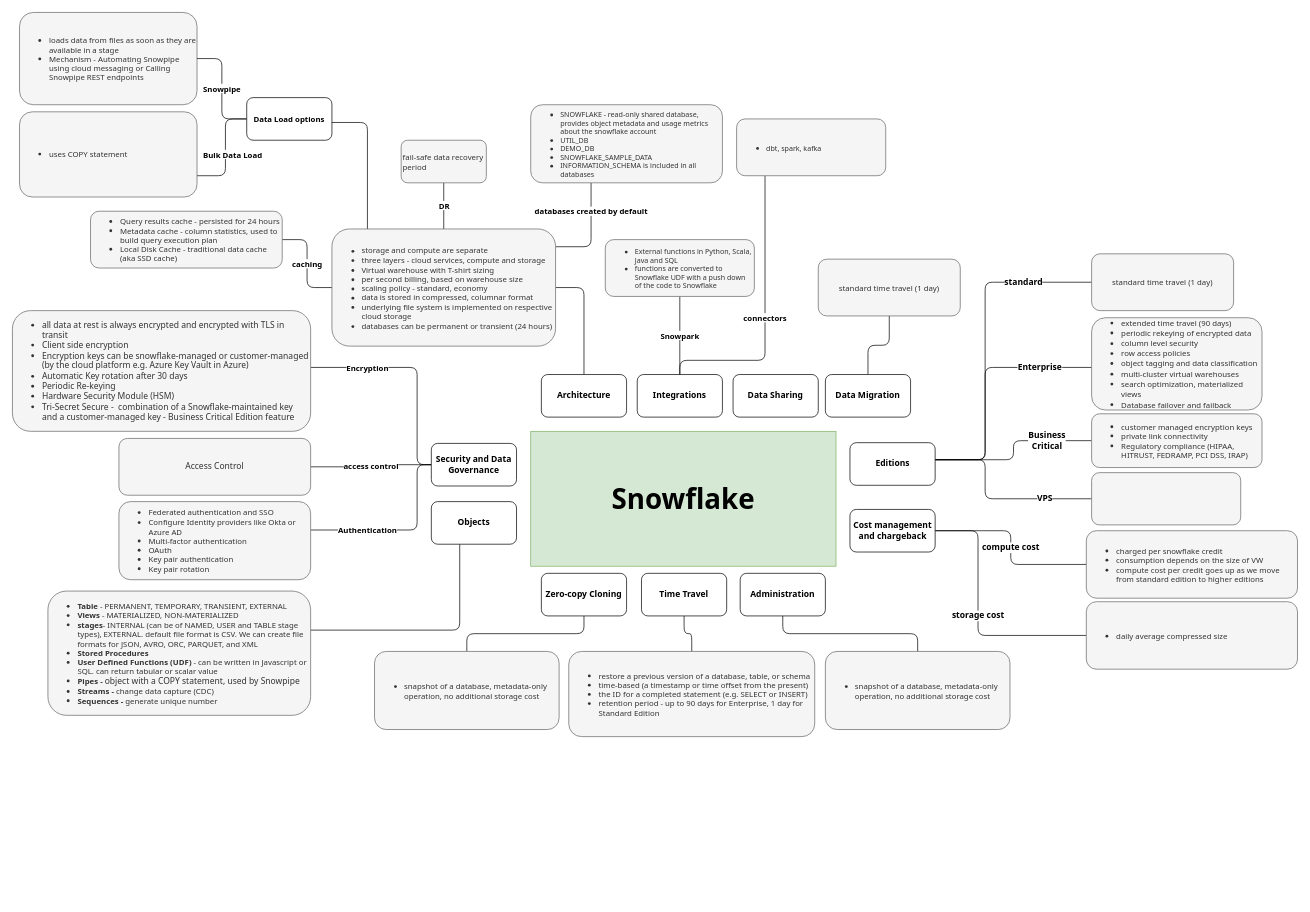
Before: page "Overview" (1 of 10) of Snowflake Mind Maps.drawio in kanchantewary/MindMaps, a draw.io diagram. Source tidied: cells renumbered, new cells numbered last; positions are measured from the earlier drawing's top-left corner, leaving out a move shared by most shapes. Both pictures are drawn from the tidied source at 71%, with x=0, y=0 at pixel (12, 12).
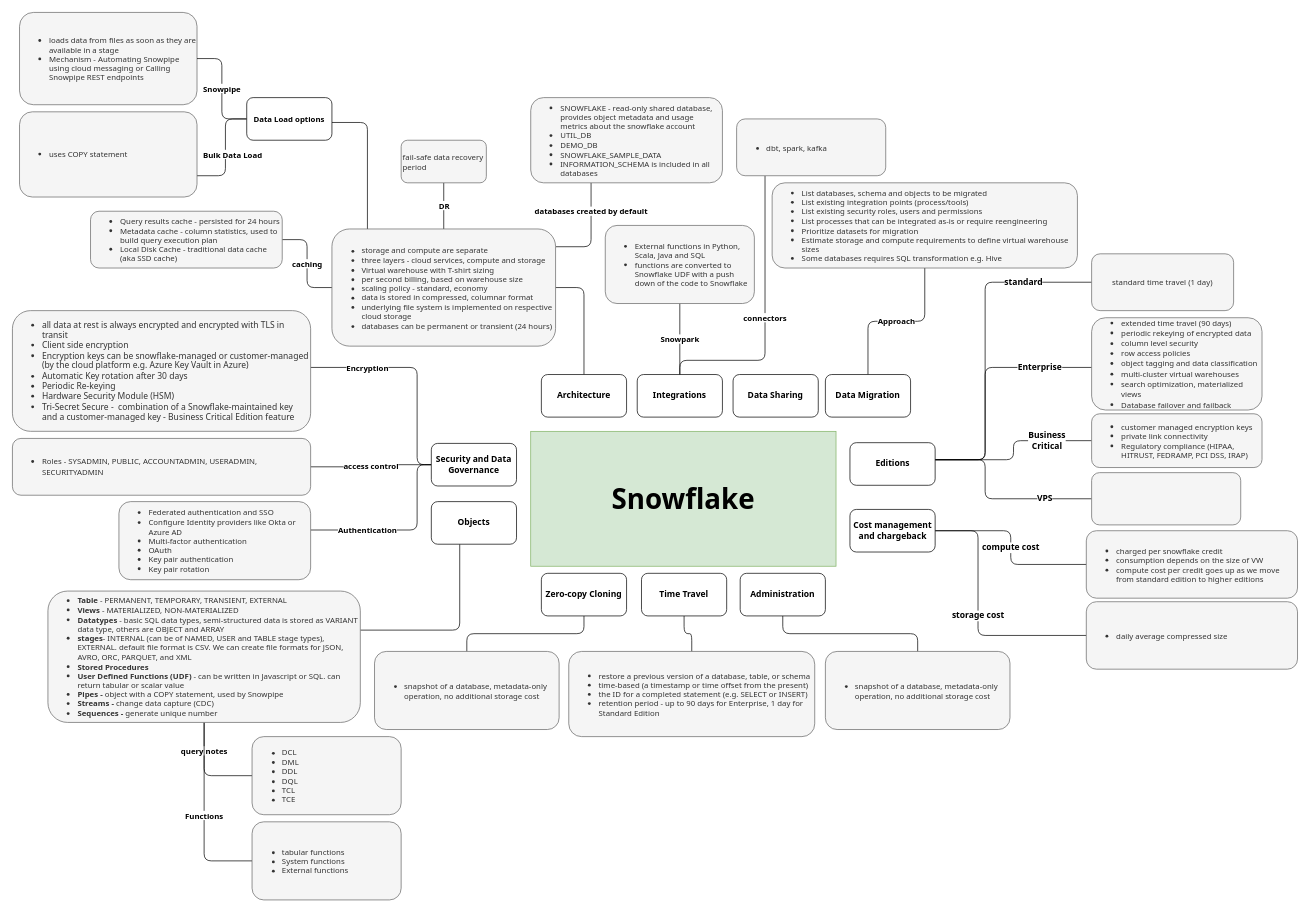
The same page after the edit.

Unchanged cells that the change refers to:
```xml
<mxCell id="58" value="Data Migration" style="rounded=1;whiteSpace=wrap;html=1;fontFamily=Tahoma;fontStyle=1;" parent="1" vertex="1">
  <mxGeometry x="1145" y="510" width="120" height="60" as="geometry" />
</mxCell>
```

What changed in the source:
```diff
@@
-    <mxCell id="20" value="&lt;ul&gt;&lt;li&gt;External functions in Python, Scala, Java and SQL&lt;/li&gt;&lt;li&gt;functions are converted to Snowflake UDF with a push down of the code to Snowflake&lt;br&gt;&lt;/li&gt;&lt;/ul&gt;" style="rounded=1;whiteSpace=wrap;html=1;fontFamily=Tahoma;fillColor=#f5f5f5;fontColor=#333333;strokeColor=#666666;fontSize=10;align=left;" parent="1" vertex="1">
-      <mxGeometry x="835" y="320" width="210" height="80" as="geometry" />
+    <mxCell id="20" value="&lt;ul style=&quot;font-size: 11px&quot;&gt;&lt;li&gt;External functions in Python, Scala, Java and SQL&lt;/li&gt;&lt;li&gt;functions are converted to Snowflake UDF with a push down of the code to Snowflake&lt;br&gt;&lt;/li&gt;&lt;/ul&gt;" style="rounded=1;whiteSpace=wrap;html=1;fontFamily=Tahoma;fillColor=#f5f5f5;fontColor=#333333;strokeColor=#666666;fontSize=10;align=left;" parent="1" vertex="1">
+      <mxGeometry x="835" y="300" width="210" height="110" as="geometry" />
     </mxCell>
@@
-    <mxCell id="26" value="&lt;ul&gt;&lt;li&gt;dbt, spark, kafka&lt;/li&gt;&lt;/ul&gt;" style="rounded=1;whiteSpace=wrap;html=1;fontFamily=Tahoma;fillColor=#f5f5f5;fontColor=#333333;strokeColor=#666666;fontSize=10;align=left;" parent="1" vertex="1">
+    <mxCell id="26" value="&lt;ul&gt;&lt;li&gt;&lt;font style=&quot;font-size: 11px&quot;&gt;dbt, spark, kafka&lt;/font&gt;&lt;/li&gt;&lt;/ul&gt;" style="rounded=1;whiteSpace=wrap;html=1;fontFamily=Tahoma;fillColor=#f5f5f5;fontColor=#333333;strokeColor=#666666;fontSize=10;align=left;" parent="1" vertex="1">
       <mxGeometry x="1020" y="150" width="210" height="80" as="geometry" />
     </mxCell>
@@
-    <mxCell id="41" value="Access Control" style="rounded=1;whiteSpace=wrap;html=1;fontFamily=Tahoma;fillColor=#f5f5f5;fontColor=#333333;strokeColor=#666666;" parent="1" vertex="1">
-      <mxGeometry x="150" y="600" width="270" height="80" as="geometry" />
+    <mxCell id="41" value="&lt;ul&gt;&lt;li&gt;&lt;font style=&quot;font-size: 11px&quot;&gt;Roles - SYSADMIN, PUBLIC, ACCOUNTADMIN, USERADMIN, SECURITYADMIN&lt;/font&gt;&lt;/li&gt;&lt;/ul&gt;" style="rounded=1;whiteSpace=wrap;html=1;fontFamily=Tahoma;fillColor=#f5f5f5;fontColor=#333333;strokeColor=#666666;align=left;" parent="1" vertex="1">
+      <mxGeometry y="600" width="420" height="80" as="geometry" />
     </mxCell>
@@
-    <mxCell id="48" value="&lt;div&gt;&lt;ul&gt;&lt;li&gt;SNOWFLAKE - read-only shared database, provides object metadata and usage metrics about the snowflake account&lt;/li&gt;&lt;li&gt;UTIL_DB&lt;/li&gt;&lt;li&gt;DEMO_DB&lt;/li&gt;&lt;li&gt;SNOWFLAKE_SAMPLE_DATA&lt;/li&gt;&lt;li&gt;INFORMATION_SCHEMA is included in all databases&lt;br&gt;&lt;/li&gt;&lt;/ul&gt;&lt;/div&gt;" style="whiteSpace=wrap;html=1;fontSize=10;fontFamily=Tahoma;align=left;fillColor=#f5f5f5;strokeColor=#666666;fontColor=#333333;gradientColor=none;rounded=1;" parent="1" vertex="1">
-      <mxGeometry x="730" y="130" width="270" height="110" as="geometry" />
+    <mxCell id="48" value="&lt;div style=&quot;font-size: 11px&quot;&gt;&lt;ul&gt;&lt;li&gt;SNOWFLAKE - read-only shared database, provides object metadata and usage metrics about the snowflake account&lt;/li&gt;&lt;li&gt;UTIL_DB&lt;/li&gt;&lt;li&gt;DEMO_DB&lt;/li&gt;&lt;li&gt;SNOWFLAKE_SAMPLE_DATA&lt;/li&gt;&lt;li&gt;INFORMATION_SCHEMA is included in all databases&lt;br&gt;&lt;/li&gt;&lt;/ul&gt;&lt;/div&gt;" style="whiteSpace=wrap;html=1;fontSize=10;fontFamily=Tahoma;align=left;fillColor=#f5f5f5;strokeColor=#666666;fontColor=#333333;gradientColor=none;rounded=1;" parent="1" vertex="1">
+      <mxGeometry x="730" y="120" width="270" height="120" as="geometry" />
     </mxCell>
@@
+    <mxCell id="60" value="query notes" style="edgeStyle=orthogonalEdgeStyle;rounded=1;jettySize=auto;html=1;entryX=0;entryY=0.5;entryDx=0;entryDy=0;fontFamily=Tahoma;fontSize=11;endArrow=none;endFill=0;fontStyle=1;" parent="1" edge="1" source="56" target="62">
+      <mxGeometry x="-0.44" relative="1" as="geometry" />
+    </mxCell>
+    <mxCell id="61" value="Functions" style="edgeStyle=orthogonalEdgeStyle;rounded=1;jettySize=auto;html=1;entryX=0;entryY=0.5;entryDx=0;entryDy=0;fontFamily=Tahoma;fontSize=11;endArrow=none;endFill=0;fontStyle=1;" parent="1" edge="1" source="56" target="63">
+      <mxGeometry relative="1" as="geometry" />
+    </mxCell>
-    <mxCell id="56" value="&lt;p style=&quot;font-size: 11px&quot;&gt;&lt;/p&gt;&lt;ul&gt;&lt;li style=&quot;font-size: 11px&quot;&gt;&lt;b&gt;Table&lt;/b&gt; - PERMANENT, TEMPORARY, TRANSIENT, EXTERNAL&lt;/li&gt;&lt;li style=&quot;font-size: 11px&quot;&gt;&lt;b&gt;Views&lt;/b&gt; - MATERIALIZED, NON-MATERIALIZED&lt;/li&gt;&lt;li style=&quot;font-size: 11px&quot;&gt;&lt;b&gt;stages&lt;/b&gt;- INTERNAL (can be of NAMED, USER and TABLE stage types), EXTERNAL.&amp;nbsp;default file format is CSV. We can create file formats for JSON, AVRO, ORC, PARQUET, and XML&lt;/li&gt;&lt;li style=&quot;font-size: 11px&quot;&gt;&lt;span&gt;&lt;b&gt;Stored Procedures&lt;/b&gt;&lt;/span&gt;&lt;/li&gt;&lt;li style=&quot;font-size: 11px&quot;&gt;&lt;b&gt;User Defined Functions (UDF)&lt;/b&gt; - can be written in Javascript or SQL. can return tabular or scalar value&lt;/li&gt;&lt;li&gt;&lt;span style=&quot;font-size: 11px&quot;&gt;&lt;b&gt;Pipes -&amp;nbsp;&lt;/b&gt;&lt;/span&gt;object with a COPY statement, used by Snowpipe&lt;/li&gt;&lt;li style=&quot;font-size: 11px&quot;&gt;&lt;span&gt;&lt;b&gt;Streams -&amp;nbsp;&lt;/b&gt;&lt;/span&gt;change data capture (CDC)&lt;/li&gt;&lt;li&gt;&lt;b style=&quot;font-size: 11px&quot;&gt;Sequences -&amp;nbsp;&lt;/b&gt;&lt;span style=&quot;font-size: 11px&quot;&gt;generate unique number&lt;/span&gt;&lt;br&gt;&lt;/li&gt;&lt;/ul&gt;&lt;p&gt;&lt;/p&gt;" style="rounded=1;whiteSpace=wrap;html=1;fontFamily=Tahoma;align=left;fillColor=#f5f5f5;fontColor=#333333;strokeColor=#666666;" parent="1" vertex="1">
-      <mxGeometry x="50" y="815" width="370" height="175" as="geometry" />
+    <mxCell id="56" value="&lt;p style=&quot;font-size: 11px&quot;&gt;&lt;/p&gt;&lt;ul style=&quot;font-size: 11px&quot;&gt;&lt;li style=&quot;font-size: 11px&quot;&gt;&lt;b&gt;Table&lt;/b&gt; - PERMANENT, TEMPORARY, TRANSIENT, EXTERNAL&lt;/li&gt;&lt;li style=&quot;font-size: 11px&quot;&gt;&lt;b&gt;Views&lt;/b&gt; - MATERIALIZED, NON-MATERIALIZED&lt;/li&gt;&lt;li style=&quot;font-size: 11px&quot;&gt;&lt;b&gt;Datatypes&lt;/b&gt; - basic SQL data types, semi-structured data is stored as VARIANT data type, others are OBJECT and ARRAY&lt;/li&gt;&lt;li style=&quot;font-size: 11px&quot;&gt;&lt;b&gt;stages&lt;/b&gt;- INTERNAL (can be of NAMED, USER and TABLE stage types), EXTERNAL.&amp;nbsp;default file format is CSV. We can create file formats for JSON, AVRO, ORC, PARQUET, and XML&lt;/li&gt;&lt;li style=&quot;font-size: 11px&quot;&gt;&lt;span&gt;&lt;b&gt;Stored Procedures&lt;/b&gt;&lt;/span&gt;&lt;/li&gt;&lt;li style=&quot;font-size: 11px&quot;&gt;&lt;b&gt;User Defined Functions (UDF)&lt;/b&gt; - can be written in Javascript or SQL. can return tabular or scalar value&lt;/li&gt;&lt;li&gt;&lt;span style=&quot;font-size: 11px&quot;&gt;&lt;b&gt;Pipes -&amp;nbsp;&lt;/b&gt;&lt;/span&gt;object with a COPY statement, used by Snowpipe&lt;/li&gt;&lt;li style=&quot;font-size: 11px&quot;&gt;&lt;span&gt;&lt;b&gt;Streams -&amp;nbsp;&lt;/b&gt;&lt;/span&gt;change data capture (CDC)&lt;/li&gt;&lt;li&gt;&lt;b style=&quot;font-size: 11px&quot;&gt;Sequences -&amp;nbsp;&lt;/b&gt;&lt;span style=&quot;font-size: 11px&quot;&gt;generate unique number&lt;/span&gt;&lt;br&gt;&lt;/li&gt;&lt;/ul&gt;&lt;p&gt;&lt;/p&gt;" style="rounded=1;whiteSpace=wrap;html=1;fontFamily=Tahoma;align=left;fillColor=#f5f5f5;fontColor=#333333;strokeColor=#666666;" parent="1" vertex="1">
+      <mxGeometry x="50" y="815" width="440" height="185" as="geometry" />
     </mxCell>
-    <mxCell id="57" style="edgeStyle=orthogonalEdgeStyle;rounded=1;jettySize=auto;html=1;fontFamily=Tahoma;fontSize=11;endArrow=none;endFill=0;" parent="1" edge="1" source="58" target="59">
+    <mxCell id="57" value="Approach" style="edgeStyle=orthogonalEdgeStyle;rounded=1;jettySize=auto;html=1;fontFamily=Tahoma;fontSize=11;endArrow=none;endFill=0;fontStyle=1;" parent="1" edge="1" source="58" target="59">
       <mxGeometry relative="1" as="geometry" />
     </mxCell>
@@
-    <mxCell id="59" value="standard time travel (1 day)" style="rounded=1;whiteSpace=wrap;html=1;fontFamily=Tahoma;fontSize=11;fillColor=#f5f5f5;fontColor=#333333;strokeColor=#666666;" parent="1" vertex="1">
-      <mxGeometry x="1135" y="347.5" width="200" height="80" as="geometry" />
+    <mxCell id="59" value="&lt;ul&gt;&lt;li&gt;List databases, schema and objects to be migrated&lt;/li&gt;&lt;li&gt;List existing integration points (process/tools)&lt;/li&gt;&lt;li&gt;List existing security roles, users and permissions&lt;/li&gt;&lt;li&gt;List processes that can be integrated as-is or require reengineering&lt;/li&gt;&lt;li&gt;Prioritize datasets for migration&lt;/li&gt;&lt;li&gt;Estimate storage and compute requirements to define virtual warehouse sizes&lt;/li&gt;&lt;li&gt;Some databases requires SQL transformation e.g. Hive&lt;/li&gt;&lt;/ul&gt;" style="rounded=1;whiteSpace=wrap;html=1;fontFamily=Tahoma;fontSize=11;fillColor=#f5f5f5;fontColor=#333333;strokeColor=#666666;align=left;" parent="1" vertex="1">
+      <mxGeometry x="1070" y="240" width="430" height="120" as="geometry" />
     </mxCell>
+    <mxCell id="62" value="&lt;ul&gt;&lt;li&gt;&lt;span style=&quot;font-size: 11px&quot;&gt;DCL&lt;/span&gt;&lt;/li&gt;&lt;li&gt;&lt;span style=&quot;font-size: 11px&quot;&gt;DML&lt;/span&gt;&lt;/li&gt;&lt;li&gt;&lt;span style=&quot;font-size: 11px&quot;&gt;DDL&lt;/span&gt;&lt;/li&gt;&lt;li&gt;&lt;span style=&quot;font-size: 11px&quot;&gt;DQL&lt;/span&gt;&lt;/li&gt;&lt;li&gt;&lt;span style=&quot;font-size: 11px&quot;&gt;TCL&lt;/span&gt;&lt;/li&gt;&lt;li&gt;&lt;span style=&quot;font-size: 11px&quot;&gt;TCE&lt;/span&gt;&lt;/li&gt;&lt;/ul&gt;" style="rounded=1;whiteSpace=wrap;html=1;fontFamily=Tahoma;fillColor=#f5f5f5;fontColor=#333333;strokeColor=#666666;fontSize=10;align=left;" parent="1" vertex="1">
+      <mxGeometry x="337.5" y="1020" width="210" height="110" as="geometry" />
+    </mxCell>
+    <mxCell id="63" value="&lt;ul&gt;&lt;li&gt;&lt;span style=&quot;font-size: 11px&quot;&gt;tabular functions&lt;/span&gt;&lt;/li&gt;&lt;li&gt;&lt;span style=&quot;font-size: 11px&quot;&gt;System functions&lt;/span&gt;&lt;/li&gt;&lt;li&gt;&lt;span style=&quot;font-size: 11px&quot;&gt;External functions&lt;/span&gt;&lt;/li&gt;&lt;/ul&gt;" style="rounded=1;whiteSpace=wrap;html=1;fontFamily=Tahoma;fillColor=#f5f5f5;fontColor=#333333;strokeColor=#666666;fontSize=10;align=left;" parent="1" vertex="1">
+      <mxGeometry x="337.5" y="1140" width="210" height="110" as="geometry" />
+    </mxCell>
```
